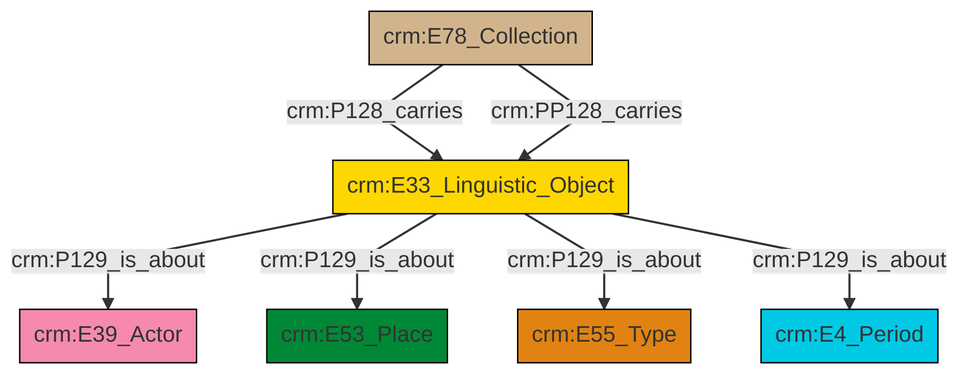
Above: et/archivalCSV/ttl/mmd/png/archival_aboutness.png in swiss-art-research-net/docs.swissartresearch (Mermaid), before the change. Its source is kept beside it as et/archivalCSV/ttl/mmd/archival_aboutness.ttl.mmd. Source of this version:
```mermaid
graph TD
classDef Literal fill:#f2f2f2,stroke:#000000;
classDef CRM_Entity fill:#FFFFFF,stroke:#000000;
classDef Temporal_Entity fill:#00C9E6, stroke:#000000;
classDef Type fill:#E18312, stroke:#000000;
classDef Time-Span fill:#2C9C91, stroke:#000000;
classDef Appellation fill:#FFEB7F, stroke:#000000;
classDef Place fill:#008836, stroke:#000000;
classDef Persistent_Item fill:#B266B2, stroke:#000000;
classDef Conceptual_Object fill:#FFD700, stroke:#000000;
classDef Physical_Thing fill:#D2B48C, stroke:#000000;
classDef Actor fill:#f58aad, stroke:#000000;
classDef PC_Classes fill:#4ce600, stroke:#000000;
classDef Multi fill:#cccccc,stroke:#000000;

4["crm:E78_Collection"]:::Physical_Thing -->|crm:P128_carries| 5["crm:E33_Linguistic_Object"]:::Conceptual_Object
4["crm:E78_Collection"]:::Physical_Thing -->|crm:PP128_carries| 5["crm:E33_Linguistic_Object"]:::Conceptual_Object
5["crm:E33_Linguistic_Object"]:::Conceptual_Object -->|crm:P129_is_about| 7["crm:E39_Actor"]:::Actor
5["crm:E33_Linguistic_Object"]:::Conceptual_Object -->|crm:P129_is_about| 2["crm:E53_Place"]:::Place
5["crm:E33_Linguistic_Object"]:::Conceptual_Object -->|crm:P129_is_about| 0["crm:E55_Type"]:::Type
5["crm:E33_Linguistic_Object"]:::Conceptual_Object -->|crm:P129_is_about| 9["crm:E4_Period"]:::Temporal_Entity
```
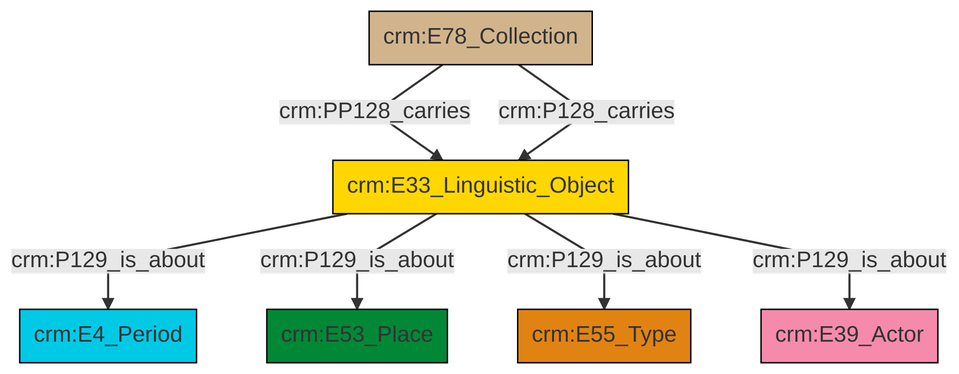
After the commit.

What changed in the source:
```diff
@@ -13,9 +13,9 @@
 classDef PC_Classes fill:#4ce600, stroke:#000000;
 classDef Multi fill:#cccccc,stroke:#000000;
 
-4["crm:E78_Collection"]:::Physical_Thing -->|crm:P128_carries| 5["crm:E33_Linguistic_Object"]:::Conceptual_Object
-4["crm:E78_Collection"]:::Physical_Thing -->|crm:PP128_carries| 5["crm:E33_Linguistic_Object"]:::Conceptual_Object
-5["crm:E33_Linguistic_Object"]:::Conceptual_Object -->|crm:P129_is_about| 7["crm:E39_Actor"]:::Actor
-5["crm:E33_Linguistic_Object"]:::Conceptual_Object -->|crm:P129_is_about| 2["crm:E53_Place"]:::Place
-5["crm:E33_Linguistic_Object"]:::Conceptual_Object -->|crm:P129_is_about| 0["crm:E55_Type"]:::Type
-5["crm:E33_Linguistic_Object"]:::Conceptual_Object -->|crm:P129_is_about| 9["crm:E4_Period"]:::Temporal_Entity
+2["crm:E78_Collection"]:::Physical_Thing -->|crm:PP128_carries| 4["crm:E33_Linguistic_Object"]:::Conceptual_Object
+4["crm:E33_Linguistic_Object"]:::Conceptual_Object -->|crm:P129_is_about| 6["crm:E4_Period"]:::Temporal_Entity
+4["crm:E33_Linguistic_Object"]:::Conceptual_Object -->|crm:P129_is_about| 0["crm:E53_Place"]:::Place
+2["crm:E78_Collection"]:::Physical_Thing -->|crm:P128_carries| 4["crm:E33_Linguistic_Object"]:::Conceptual_Object
+4["crm:E33_Linguistic_Object"]:::Conceptual_Object -->|crm:P129_is_about| 9["crm:E55_Type"]:::Type
+4["crm:E33_Linguistic_Object"]:::Conceptual_Object -->|crm:P129_is_about| 7["crm:E39_Actor"]:::Actor
```
